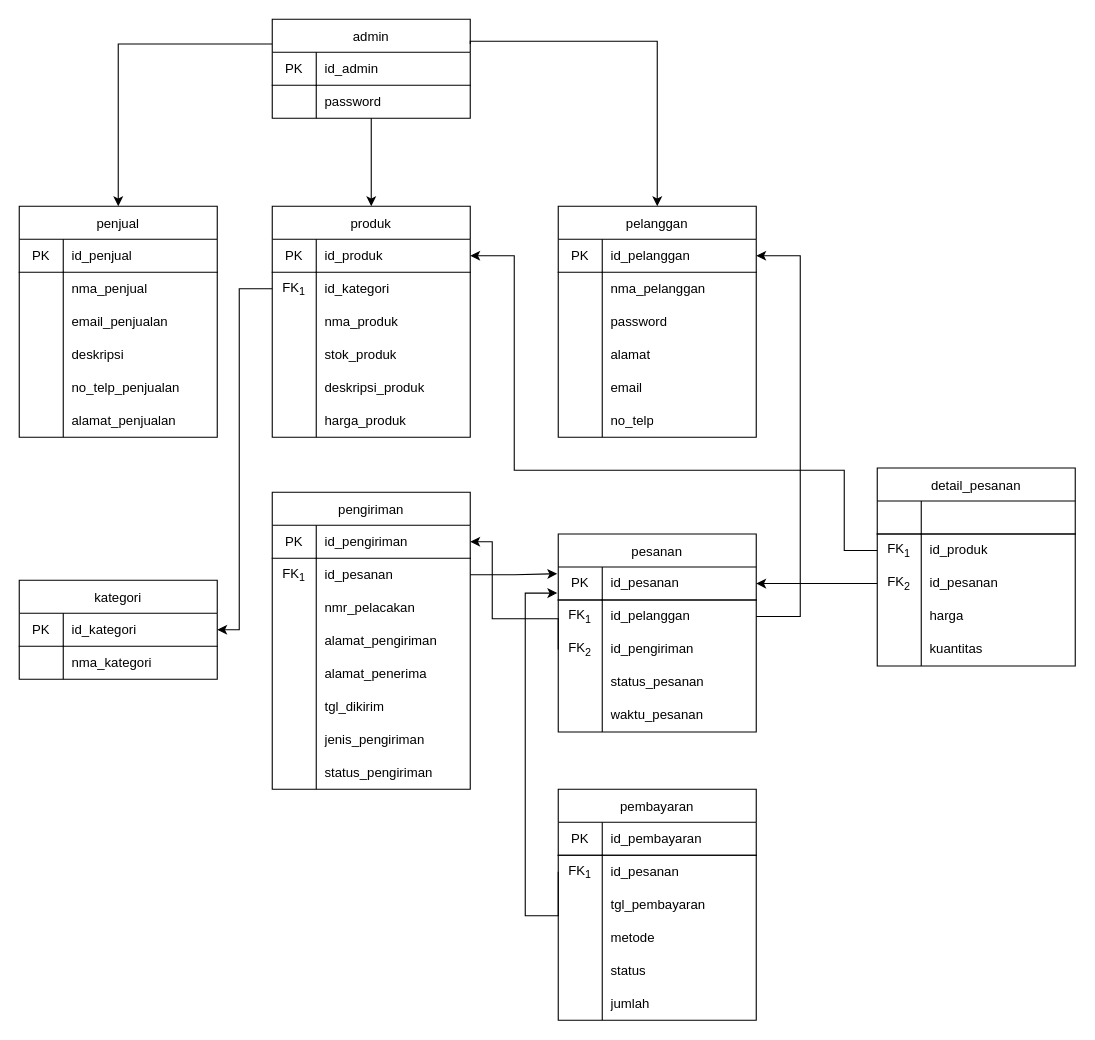
Before: e-commerce_cdm.drawio in vinnnna/sistem-basis-data, a draw.io diagram. Source tidied: cells renumbered, new cells numbered last; positions are measured from the earlier drawing's top-left corner, leaving out a move shared by most shapes. Both pictures are drawn from the tidied source at 110%, with x=0, y=0 at pixel (19, 19).
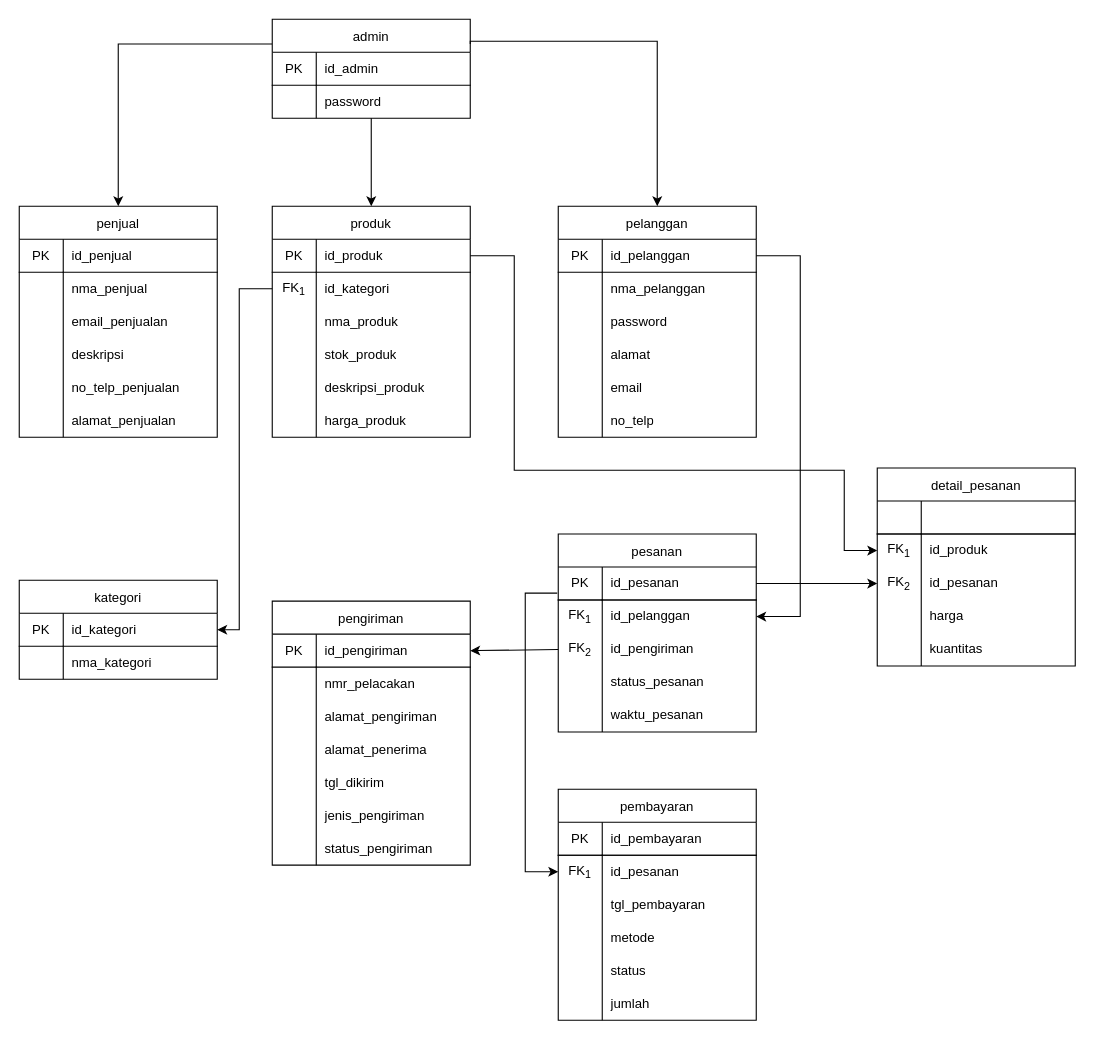
The same page after the edit.

Unchanged cells that the change refers to:
```xml
<mxCell id="22" style="shape=tableRow;horizontal=0;startSize=0;swimlaneHead=0;swimlaneBody=0;top=0;left=0;bottom=0;right=0;fillColor=none;points=[[0,0.5],[1,0.5]];portConstraint=eastwest;strokeColor=inherit;fontSize=12;" parent="21" vertex="1">
  <mxGeometry y="30" width="180" height="30" as="geometry" />
</mxCell>
<mxCell id="41" style="shape=tableRow;horizontal=0;startSize=0;swimlaneHead=0;swimlaneBody=0;top=0;left=0;bottom=0;right=0;fillColor=none;points=[[0,0.5],[1,0.5]];portConstraint=eastwest;strokeColor=inherit;fontSize=12;" parent="40" vertex="1">
  <mxGeometry y="30" width="180" height="30" as="geometry" />
</mxCell>
<mxCell id="44" style="shape=tableRow;horizontal=0;startSize=0;swimlaneHead=0;swimlaneBody=0;top=0;left=0;bottom=0;right=0;fillColor=none;points=[[0,0.5],[1,0.5]];portConstraint=eastwest;strokeColor=inherit;fontSize=12;" parent="40" vertex="1">
  <mxGeometry y="60" width="180" height="30" as="geometry" />
</mxCell>
<mxCell id="47" style="shape=tableRow;horizontal=0;startSize=0;swimlaneHead=0;swimlaneBody=0;top=0;left=0;bottom=0;right=0;fillColor=none;points=[[0,0.5],[1,0.5]];portConstraint=eastwest;strokeColor=inherit;fontSize=12;" parent="40" vertex="1">
  <mxGeometry y="90" width="180" height="30" as="geometry" />
</mxCell>
<mxCell id="60" style="shape=tableRow;horizontal=0;startSize=0;swimlaneHead=0;swimlaneBody=0;top=0;left=0;bottom=0;right=0;fillColor=none;points=[[0,0.5],[1,0.5]];portConstraint=eastwest;strokeColor=inherit;fontSize=12;" parent="56" vertex="1">
  <mxGeometry y="60" width="180" height="30" as="geometry" />
</mxCell>
<mxCell id="63" style="shape=tableRow;horizontal=0;startSize=0;swimlaneHead=0;swimlaneBody=0;top=0;left=0;bottom=0;right=0;fillColor=none;points=[[0,0.5],[1,0.5]];portConstraint=eastwest;strokeColor=inherit;fontSize=12;" parent="56" vertex="1">
  <mxGeometry y="90" width="180" height="30" as="geometry" />
</mxCell>
<mxCell id="73" style="shape=tableRow;horizontal=0;startSize=0;swimlaneHead=0;swimlaneBody=0;top=0;left=0;bottom=0;right=0;fillColor=none;points=[[0,0.5],[1,0.5]];portConstraint=eastwest;strokeColor=inherit;fontSize=12;" parent="72" vertex="1">
  <mxGeometry y="30" width="180" height="30" as="geometry" />
</mxCell>
<mxCell id="108" style="shape=tableRow;horizontal=0;startSize=0;swimlaneHead=0;swimlaneBody=0;top=0;left=0;bottom=0;right=0;fillColor=none;points=[[0,0.5],[1,0.5]];portConstraint=eastwest;strokeColor=inherit;fontSize=12;" parent="107" vertex="1">
  <mxGeometry y="30" width="180" height="30" as="geometry" />
</mxCell>
<mxCell id="137" style="shape=tableRow;horizontal=0;startSize=0;swimlaneHead=0;swimlaneBody=0;top=0;left=0;bottom=0;right=0;fillColor=none;points=[[0,0.5],[1,0.5]];portConstraint=eastwest;strokeColor=inherit;fontSize=12;" parent="133" vertex="1">
  <mxGeometry y="60" width="180" height="30" as="geometry" />
</mxCell>
```

The edit, as a diff of the source:
```diff
@@
     <mxCell id="107" value="pengiriman" style="shape=table;startSize=30;childLayout=tableLayout;rowLines=0;fontStyle=0;strokeColor=default;fontSize=12;" parent="1" vertex="1">
-      <mxGeometry x="230" y="430" width="180" height="270" as="geometry" />
+      <mxGeometry x="230" y="529" width="180" height="240" as="geometry" />
     </mxCell>
@@
-    <mxCell id="111" style="shape=tableRow;horizontal=0;startSize=0;swimlaneHead=0;swimlaneBody=0;top=0;left=0;bottom=0;right=0;fillColor=none;points=[[0,0.5],[1,0.5]];portConstraint=eastwest;strokeColor=inherit;fontSize=12;" parent="107" vertex="1">
-      <mxGeometry y="60" width="180" height="30" as="geometry" />
-    </mxCell>
-    <mxCell id="112" value="FK&lt;sub&gt;1&lt;/sub&gt;" style="shape=partialRectangle;html=1;whiteSpace=wrap;fillColor=none;top=0;left=0;bottom=0;right=0;overflow=hidden;strokeColor=inherit;fontSize=12;" parent="111" vertex="1">
-      <mxGeometry width="40" height="30" as="geometry" />
-    </mxCell>
-    <mxCell id="113" value="id_pesanan" style="shape=partialRectangle;html=1;whiteSpace=wrap;fillColor=none;top=0;left=0;bottom=0;right=0;align=left;spacingLeft=6;overflow=hidden;strokeColor=inherit;fontSize=12;" parent="111" vertex="1">
-      <mxGeometry x="40" width="140" height="30" as="geometry" />
-    </mxCell>
     <mxCell id="114" style="shape=tableRow;horizontal=0;startSize=0;swimlaneHead=0;swimlaneBody=0;top=0;left=0;bottom=0;right=0;fillColor=none;strokeColor=inherit;fontSize=12;" parent="107" vertex="1">
-      <mxGeometry y="90" width="180" height="30" as="geometry" />
+      <mxGeometry y="60" width="180" height="30" as="geometry" />
     </mxCell>
@@
     <mxCell id="117" style="shape=tableRow;horizontal=0;startSize=0;swimlaneHead=0;swimlaneBody=0;top=0;left=0;bottom=0;right=0;fillColor=none;strokeColor=inherit;fontSize=12;" parent="107" vertex="1">
-      <mxGeometry y="120" width="180" height="30" as="geometry" />
+      <mxGeometry y="90" width="180" height="30" as="geometry" />
     </mxCell>
@@
     <mxCell id="120" style="shape=tableRow;horizontal=0;startSize=0;swimlaneHead=0;swimlaneBody=0;top=0;left=0;bottom=0;right=0;fillColor=none;strokeColor=inherit;fontSize=12;" parent="107" vertex="1">
-      <mxGeometry y="150" width="180" height="30" as="geometry" />
+      <mxGeometry y="120" width="180" height="30" as="geometry" />
     </mxCell>
@@
     <mxCell id="123" style="shape=tableRow;horizontal=0;startSize=0;swimlaneHead=0;swimlaneBody=0;top=0;left=0;bottom=0;right=0;fillColor=none;strokeColor=inherit;fontSize=12;" parent="107" vertex="1">
-      <mxGeometry y="180" width="180" height="30" as="geometry" />
+      <mxGeometry y="150" width="180" height="30" as="geometry" />
     </mxCell>
@@
     <mxCell id="126" style="shape=tableRow;horizontal=0;startSize=0;swimlaneHead=0;swimlaneBody=0;top=0;left=0;bottom=0;right=0;fillColor=none;strokeColor=inherit;fontSize=12;" parent="107" vertex="1">
-      <mxGeometry y="210" width="180" height="30" as="geometry" />
+      <mxGeometry y="180" width="180" height="30" as="geometry" />
     </mxCell>
@@
     <mxCell id="129" style="shape=tableRow;horizontal=0;startSize=0;swimlaneHead=0;swimlaneBody=0;top=0;left=0;bottom=0;right=0;fillColor=none;strokeColor=inherit;fontSize=12;" parent="107" vertex="1">
-      <mxGeometry y="240" width="180" height="30" as="geometry" />
+      <mxGeometry y="210" width="180" height="30" as="geometry" />
     </mxCell>
@@
-    <mxCell id="152" style="edgeStyle=orthogonalEdgeStyle;rounded=0;jettySize=auto;html=1;entryX=1;entryY=0.5;entryDx=0;entryDy=0;exitX=1;exitY=0.5;exitDx=0;exitDy=0;" parent="1" edge="1" source="44" target="73">
+    <mxCell id="152" style="edgeStyle=orthogonalEdgeStyle;rounded=0;jettySize=auto;html=1;entryX=1;entryY=0.5;entryDx=0;entryDy=0;exitX=1;exitY=0.5;exitDx=0;exitDy=0;endArrow=none;endFill=0;startArrow=classic;startFill=1;" parent="1" edge="1" source="44" target="73">
       <mxGeometry relative="1" as="geometry">
         <Array as="points">
           <mxPoint x="710" y="543" />
           <mxPoint x="710" y="215" />
         </Array>
       </mxGeometry>
     </mxCell>
-    <mxCell id="153" style="edgeStyle=orthogonalEdgeStyle;rounded=0;jettySize=auto;html=1;exitX=1;exitY=0.5;exitDx=0;exitDy=0;entryX=-0.005;entryY=0.202;entryDx=0;entryDy=0;entryPerimeter=0;" parent="1" edge="1" source="111" target="41">
+    <mxCell id="153" style="edgeStyle=orthogonalEdgeStyle;rounded=0;jettySize=auto;html=1;exitX=1;exitY=0.5;exitDx=0;exitDy=0;entryX=-0.005;entryY=0.202;entryDx=0;entryDy=0;entryPerimeter=0;" parent="1" edge="1" target="41">
       <mxGeometry relative="1" as="geometry" />
     </mxCell>
-    <mxCell id="154" style="edgeStyle=orthogonalEdgeStyle;rounded=0;jettySize=auto;html=1;exitX=0;exitY=0.5;exitDx=0;exitDy=0;entryX=-0.005;entryY=0.79;entryDx=0;entryDy=0;entryPerimeter=0;" parent="1" edge="1" source="137" target="41">
+    <mxCell id="154" style="edgeStyle=orthogonalEdgeStyle;rounded=0;jettySize=auto;html=1;exitX=0;exitY=0.5;exitDx=0;exitDy=0;entryX=-0.005;entryY=0.79;entryDx=0;entryDy=0;entryPerimeter=0;endArrow=none;endFill=0;startArrow=classic;startFill=1;" parent="1" edge="1" source="137" target="41">
       <mxGeometry relative="1" as="geometry">
         <Array as="points">
-          <mxPoint x="490" y="815" />
-          <mxPoint x="460" y="815" />
+          <mxPoint x="460" y="775" />
           <mxPoint x="460" y="522" />
-          <mxPoint x="489" y="522" />
         </Array>
       </mxGeometry>
     </mxCell>
@@
-    <mxCell id="156" style="edgeStyle=orthogonalEdgeStyle;rounded=0;jettySize=auto;html=1;exitX=0;exitY=0.5;exitDx=0;exitDy=0;entryX=1;entryY=0.5;entryDx=0;entryDy=0;" parent="1" edge="1" source="60" target="22">
+    <mxCell id="156" style="edgeStyle=orthogonalEdgeStyle;rounded=0;jettySize=auto;html=1;exitX=0;exitY=0.5;exitDx=0;exitDy=0;entryX=1;entryY=0.5;entryDx=0;entryDy=0;startArrow=classic;startFill=1;endArrow=none;endFill=0;" parent="1" edge="1" source="60" target="22">
       <mxGeometry relative="1" as="geometry">
         <Array as="points">
           <mxPoint x="750" y="483" />
           <mxPoint x="750" y="410" />
           <mxPoint x="450" y="410" />
           <mxPoint x="450" y="215" />
         </Array>
       </mxGeometry>
     </mxCell>
-    <mxCell id="157" style="edgeStyle=orthogonalEdgeStyle;rounded=0;jettySize=auto;html=1;exitX=0;exitY=0.5;exitDx=0;exitDy=0;entryX=1;entryY=0.5;entryDx=0;entryDy=0;" parent="1" edge="1" source="63" target="41">
+    <mxCell id="157" style="edgeStyle=orthogonalEdgeStyle;rounded=0;jettySize=auto;html=1;exitX=0;exitY=0.5;exitDx=0;exitDy=0;entryX=1;entryY=0.5;entryDx=0;entryDy=0;endArrow=none;endFill=0;startArrow=classic;startFill=1;" parent="1" edge="1" source="63" target="41">
       <mxGeometry relative="1" as="geometry" />
     </mxCell>
     <mxCell id="158" style="edgeStyle=orthogonalEdgeStyle;rounded=0;jettySize=auto;html=1;exitX=0;exitY=0.5;exitDx=0;exitDy=0;entryX=1;entryY=0.5;entryDx=0;entryDy=0;" parent="1" edge="1" source="47" target="108">
       <mxGeometry relative="1" as="geometry">
         <Array as="points">
-          <mxPoint x="430" y="545" />
-          <mxPoint x="430" y="475" />
+          <mxPoint x="410" y="573" />
         </Array>
       </mxGeometry>
     </mxCell>
```
